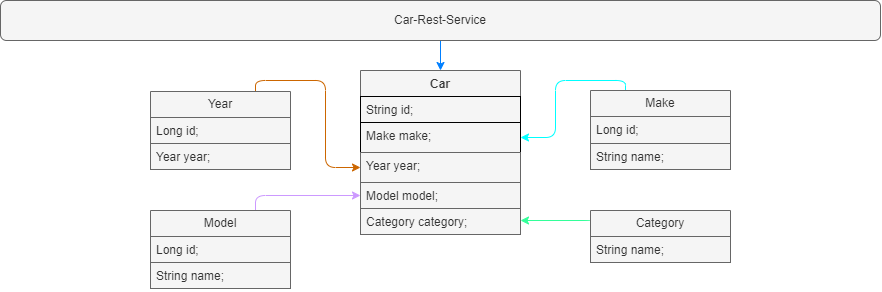
Volodymyr-Petrunin/Car-Rest-Service keeps this draw.io diagram as docs/car-rest-service.png. Above is the earlier version. Source tidied: cells renumbered, new cells last; positions are measured from the earlier drawing's top-left corner, leaving out a move shared by most shapes. Source of this version:
```xml
<mxGraphModel>
  <root>
    <mxCell id="0" />
    <mxCell id="1" parent="0" />
    <mxCell id="2" style="edgeStyle=orthogonalEdgeStyle;rounded=1;jettySize=auto;html=1;exitX=0.5;exitY=1;exitDx=0;exitDy=0;entryX=0.5;entryY=0;entryDx=0;entryDy=0;curved=0;strokeColor=#007FFF;" parent="1" edge="1" source="3" target="4">
      <mxGeometry relative="1" as="geometry" />
    </mxCell>
    <mxCell id="3" value="Car-Rest-Service" style="rounded=1;align=center;fillColor=#f5f5f5;strokeColor=#666666;html=1;whiteSpace=wrap;fontSize=12;fontColor=#333333;" parent="1" vertex="1">
      <mxGeometry width="880" height="40" as="geometry" />
    </mxCell>
    <mxCell id="4" value="Car" style="swimlane;fontStyle=1;align=center;verticalAlign=top;horizontal=1;startSize=26;whiteSpace=wrap;html=1;glass=0;shadow=0;rounded=0;swimlaneFillColor=default;fillColor=#f5f5f5;fontColor=#333333;strokeColor=#666666;" parent="1" vertex="1">
      <mxGeometry x="360" y="70" width="160" height="164" as="geometry" />
    </mxCell>
    <mxCell id="5" value="String id;" style="text;strokeColor=default;fillColor=#f5f5f5;align=left;verticalAlign=top;spacingLeft=4;spacingRight=4;overflow=hidden;whiteSpace=wrap;html=1;fontColor=#333333;" parent="4" vertex="1">
      <mxGeometry y="26" width="160" height="26" as="geometry" />
    </mxCell>
    <mxCell id="6" value="Make make;" style="text;strokeColor=default;fillColor=#f5f5f5;align=left;verticalAlign=top;spacingLeft=4;spacingRight=4;overflow=hidden;points=[[0,0.5],[1,0.5]];portConstraint=eastwest;whiteSpace=wrap;html=1;fontColor=#333333;" parent="4" vertex="1">
      <mxGeometry y="52" width="160" height="30" as="geometry" />
    </mxCell>
    <mxCell id="7" value="Year year;" style="text;strokeColor=#666666;fillColor=#f5f5f5;align=left;verticalAlign=top;spacingLeft=4;spacingRight=4;overflow=hidden;points=[[0,0.5],[1,0.5]];portConstraint=eastwest;whiteSpace=wrap;html=1;fontColor=#333333;" parent="4" vertex="1">
      <mxGeometry y="82" width="160" height="30" as="geometry" />
    </mxCell>
    <mxCell id="8" value="Model model;" style="text;strokeColor=#666666;fillColor=#f5f5f5;align=left;verticalAlign=top;spacingLeft=4;spacingRight=4;overflow=hidden;points=[[0,0.5],[1,0.5]];portConstraint=eastwest;whiteSpace=wrap;html=1;fontColor=#333333;" parent="4" vertex="1">
      <mxGeometry y="112" width="160" height="26" as="geometry" />
    </mxCell>
    <mxCell id="9" value="Category category;" style="text;strokeColor=#666666;fillColor=#f5f5f5;align=left;verticalAlign=top;spacingLeft=4;spacingRight=4;overflow=hidden;points=[[0,0.5],[1,0.5]];portConstraint=eastwest;whiteSpace=wrap;html=1;fontColor=#333333;" parent="4" vertex="1">
      <mxGeometry y="138" width="160" height="26" as="geometry" />
    </mxCell>
    <mxCell id="10" style="edgeStyle=orthogonalEdgeStyle;rounded=1;jettySize=auto;html=1;exitX=0.25;exitY=0;exitDx=0;exitDy=0;curved=0;strokeColor=#00FFFF;entryX=1;entryY=0.5;entryDx=0;entryDy=0;" parent="1" edge="1" source="11" target="6">
      <mxGeometry relative="1" as="geometry">
        <Array as="points">
          <mxPoint x="625" y="80" />
          <mxPoint x="555" y="80" />
          <mxPoint x="555" y="137" />
        </Array>
      </mxGeometry>
    </mxCell>
    <mxCell id="11" value="Make" style="swimlane;fontStyle=0;horizontal=1;startSize=26;fillColor=#f5f5f5;whiteSpace=wrap;html=1;swimlaneFillColor=default;fontColor=#333333;strokeColor=#666666;" parent="1" vertex="1">
      <mxGeometry x="590" y="90" width="140" height="79" as="geometry" />
    </mxCell>
    <mxCell id="12" value="Long id;" style="text;strokeColor=#666666;fillColor=#f5f5f5;align=left;verticalAlign=top;spacingLeft=4;spacingRight=4;overflow=hidden;whiteSpace=wrap;html=1;fontColor=#333333;" parent="11" vertex="1">
      <mxGeometry y="26" width="140" height="27" as="geometry" />
    </mxCell>
    <mxCell id="13" value="String name;" style="text;strokeColor=#666666;fillColor=#f5f5f5;align=left;verticalAlign=top;spacingLeft=4;spacingRight=4;overflow=hidden;whiteSpace=wrap;html=1;fontColor=#333333;" parent="11" vertex="1">
      <mxGeometry y="53" width="140" height="26" as="geometry" />
    </mxCell>
    <mxCell id="14" style="edgeStyle=orthogonalEdgeStyle;rounded=1;jettySize=auto;html=1;exitX=0.75;exitY=0;exitDx=0;exitDy=0;strokeColor=#CC6600;curved=0;entryX=0;entryY=0.5;entryDx=0;entryDy=0;" parent="1" edge="1" source="15" target="7">
      <mxGeometry relative="1" as="geometry">
        <Array as="points">
          <mxPoint x="255" y="80" />
          <mxPoint x="325" y="80" />
          <mxPoint x="325" y="167" />
        </Array>
      </mxGeometry>
    </mxCell>
    <mxCell id="15" value="Year" style="swimlane;fontStyle=0;horizontal=1;startSize=26;fillColor=#f5f5f5;whiteSpace=wrap;html=1;swimlaneFillColor=default;fontColor=#333333;strokeColor=#666666;" parent="1" vertex="1">
      <mxGeometry x="150" y="91" width="140" height="78" as="geometry" />
    </mxCell>
    <mxCell id="16" value="Long id;" style="text;strokeColor=#666666;fillColor=#f5f5f5;align=left;verticalAlign=top;spacingLeft=4;spacingRight=4;overflow=hidden;whiteSpace=wrap;html=1;fontColor=#333333;" parent="15" vertex="1">
      <mxGeometry y="26" width="140" height="26" as="geometry" />
    </mxCell>
    <mxCell id="17" value="Year year;" style="text;strokeColor=#666666;fillColor=#f5f5f5;align=left;verticalAlign=top;spacingLeft=4;spacingRight=4;overflow=hidden;whiteSpace=wrap;html=1;fontColor=#333333;" parent="15" vertex="1">
      <mxGeometry y="52" width="140" height="26" as="geometry" />
    </mxCell>
    <mxCell id="18" style="edgeStyle=orthogonalEdgeStyle;rounded=1;jettySize=auto;html=1;exitX=0.75;exitY=0;exitDx=0;exitDy=0;curved=0;strokeColor=#CC99FF;entryX=0;entryY=0.5;entryDx=0;entryDy=0;" parent="1" edge="1" source="19" target="8">
      <mxGeometry relative="1" as="geometry">
        <Array as="points">
          <mxPoint x="255" y="195" />
        </Array>
      </mxGeometry>
    </mxCell>
    <mxCell id="19" value="Model" style="swimlane;fontStyle=0;horizontal=1;startSize=26;fillColor=#f5f5f5;whiteSpace=wrap;html=1;swimlaneFillColor=default;fontColor=#333333;strokeColor=#666666;" parent="1" vertex="1">
      <mxGeometry x="150" y="210" width="140" height="78" as="geometry" />
    </mxCell>
    <mxCell id="20" value="Long id;" style="text;strokeColor=#666666;fillColor=#f5f5f5;align=left;verticalAlign=top;spacingLeft=4;spacingRight=4;overflow=hidden;whiteSpace=wrap;html=1;fontColor=#333333;" parent="19" vertex="1">
      <mxGeometry y="26" width="140" height="26" as="geometry" />
    </mxCell>
    <mxCell id="21" value="String name;" style="text;strokeColor=#666666;fillColor=#f5f5f5;align=left;verticalAlign=top;spacingLeft=4;spacingRight=4;overflow=hidden;whiteSpace=wrap;html=1;fontColor=#333333;" parent="19" vertex="1">
      <mxGeometry y="52" width="140" height="26" as="geometry" />
    </mxCell>
    <mxCell id="22" style="edgeStyle=orthogonalEdgeStyle;rounded=1;jettySize=auto;html=1;exitX=0.017;exitY=0.126;exitDx=0;exitDy=0;entryX=1;entryY=0.5;entryDx=0;entryDy=0;curved=0;strokeColor=#33FF99;exitPerimeter=0;" parent="1" edge="1" source="23" target="9">
      <mxGeometry relative="1" as="geometry">
        <Array as="points">
          <mxPoint x="591" y="220" />
          <mxPoint x="520" y="220" />
        </Array>
      </mxGeometry>
    </mxCell>
    <mxCell id="23" value="Category" style="swimlane;fontStyle=0;horizontal=1;startSize=26;fillColor=#f5f5f5;whiteSpace=wrap;html=1;swimlaneFillColor=default;fontColor=#333333;strokeColor=#666666;" parent="1" vertex="1">
      <mxGeometry x="590" y="210" width="140" height="52" as="geometry" />
    </mxCell>
    <mxCell id="24" value="String name;" style="text;strokeColor=#666666;fillColor=#f5f5f5;align=left;verticalAlign=top;spacingLeft=4;spacingRight=4;overflow=hidden;whiteSpace=wrap;html=1;fontColor=#333333;" parent="23" vertex="1">
      <mxGeometry y="26" width="140" height="26" as="geometry" />
    </mxCell>
  </root>
</mxGraphModel>
```
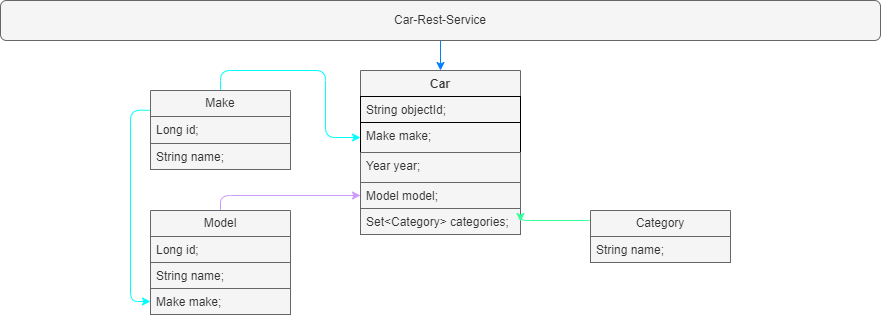
The same file after the commit.

The edit, as a diff of the source:
```diff
@@ -11,7 +11,7 @@
     <mxCell id="4" value="Car" style="swimlane;fontStyle=1;align=center;verticalAlign=top;horizontal=1;startSize=26;whiteSpace=wrap;html=1;glass=0;shadow=0;rounded=0;swimlaneFillColor=default;fillColor=#f5f5f5;fontColor=#333333;strokeColor=#666666;" parent="1" vertex="1">
       <mxGeometry x="360" y="70" width="160" height="164" as="geometry" />
     </mxCell>
-    <mxCell id="5" value="String id;" style="text;strokeColor=default;fillColor=#f5f5f5;align=left;verticalAlign=top;spacingLeft=4;spacingRight=4;overflow=hidden;whiteSpace=wrap;html=1;fontColor=#333333;" parent="4" vertex="1">
+    <mxCell id="5" value="String&amp;nbsp;objectId;" style="text;strokeColor=default;fillColor=#f5f5f5;align=left;verticalAlign=top;spacingLeft=4;spacingRight=4;overflow=hidden;whiteSpace=wrap;html=1;fontColor=#333333;" parent="4" vertex="1">
       <mxGeometry y="26" width="160" height="26" as="geometry" />
     </mxCell>
     <mxCell id="6" value="Make make;" style="text;strokeColor=default;fillColor=#f5f5f5;align=left;verticalAlign=top;spacingLeft=4;spacingRight=4;overflow=hidden;points=[[0,0.5],[1,0.5]];portConstraint=eastwest;whiteSpace=wrap;html=1;fontColor=#333333;" parent="4" vertex="1">
@@ -23,20 +23,22 @@
     <mxCell id="8" value="Model model;" style="text;strokeColor=#666666;fillColor=#f5f5f5;align=left;verticalAlign=top;spacingLeft=4;spacingRight=4;overflow=hidden;points=[[0,0.5],[1,0.5]];portConstraint=eastwest;whiteSpace=wrap;html=1;fontColor=#333333;" parent="4" vertex="1">
       <mxGeometry y="112" width="160" height="26" as="geometry" />
     </mxCell>
-    <mxCell id="9" value="Category category;" style="text;strokeColor=#666666;fillColor=#f5f5f5;align=left;verticalAlign=top;spacingLeft=4;spacingRight=4;overflow=hidden;points=[[0,0.5],[1,0.5]];portConstraint=eastwest;whiteSpace=wrap;html=1;fontColor=#333333;" parent="4" vertex="1">
+    <mxCell id="9" value="Set&amp;lt;Category&amp;gt; categories;" style="text;strokeColor=#666666;fillColor=#f5f5f5;align=left;verticalAlign=top;spacingLeft=4;spacingRight=4;overflow=hidden;points=[[0,0.5],[1,0.5]];portConstraint=eastwest;whiteSpace=wrap;html=1;fontColor=#333333;" parent="4" vertex="1">
       <mxGeometry y="138" width="160" height="26" as="geometry" />
     </mxCell>
-    <mxCell id="10" style="edgeStyle=orthogonalEdgeStyle;rounded=1;jettySize=auto;html=1;exitX=0.25;exitY=0;exitDx=0;exitDy=0;curved=0;strokeColor=#00FFFF;entryX=1;entryY=0.5;entryDx=0;entryDy=0;" parent="1" edge="1" source="11" target="6">
-      <mxGeometry relative="1" as="geometry">
-        <Array as="points">
-          <mxPoint x="625" y="80" />
-          <mxPoint x="555" y="80" />
-          <mxPoint x="555" y="137" />
-        </Array>
-      </mxGeometry>
+    <mxCell id="10" style="edgeStyle=orthogonalEdgeStyle;rounded=1;jettySize=auto;html=1;exitX=0.5;exitY=0;exitDx=0;exitDy=0;entryX=0;entryY=0.5;entryDx=0;entryDy=0;curved=0;strokeColor=#00FFFF;" parent="1" edge="1" source="11" target="6">
+      <mxGeometry relative="1" as="geometry" />
     </mxCell>
+    <mxCell id="25" style="edgeStyle=orthogonalEdgeStyle;rounded=1;jettySize=auto;html=1;entryX=0;entryY=0.5;entryDx=0;entryDy=0;curved=0;strokeColor=#00FFFF;exitX=0;exitY=0.25;exitDx=0;exitDy=0;" parent="1" edge="1" source="11" target="26">
+      <mxGeometry relative="1" as="geometry">
+        <Array as="points">
+          <mxPoint x="130" y="110" />
+          <mxPoint x="130" y="301" />
+        </Array>
+      </mxGeometry>
+    </mxCell>
     <mxCell id="11" value="Make" style="swimlane;fontStyle=0;horizontal=1;startSize=26;fillColor=#f5f5f5;whiteSpace=wrap;html=1;swimlaneFillColor=default;fontColor=#333333;strokeColor=#666666;" parent="1" vertex="1">
-      <mxGeometry x="590" y="90" width="140" height="79" as="geometry" />
+      <mxGeometry x="150" y="90" width="140" height="79" as="geometry" />
     </mxCell>
     <mxCell id="12" value="Long id;" style="text;strokeColor=#666666;fillColor=#f5f5f5;align=left;verticalAlign=top;spacingLeft=4;spacingRight=4;overflow=hidden;whiteSpace=wrap;html=1;fontColor=#333333;" parent="11" vertex="1">
       <mxGeometry y="26" width="140" height="27" as="geometry" />
@@ -44,33 +46,15 @@
     <mxCell id="13" value="String name;" style="text;strokeColor=#666666;fillColor=#f5f5f5;align=left;verticalAlign=top;spacingLeft=4;spacingRight=4;overflow=hidden;whiteSpace=wrap;html=1;fontColor=#333333;" parent="11" vertex="1">
       <mxGeometry y="53" width="140" height="26" as="geometry" />
     </mxCell>
-    <mxCell id="14" style="edgeStyle=orthogonalEdgeStyle;rounded=1;jettySize=auto;html=1;exitX=0.75;exitY=0;exitDx=0;exitDy=0;strokeColor=#CC6600;curved=0;entryX=0;entryY=0.5;entryDx=0;entryDy=0;" parent="1" edge="1" source="15" target="7">
-      <mxGeometry relative="1" as="geometry">
-        <Array as="points">
-          <mxPoint x="255" y="80" />
-          <mxPoint x="325" y="80" />
-          <mxPoint x="325" y="167" />
-        </Array>
-      </mxGeometry>
-    </mxCell>
-    <mxCell id="15" value="Year" style="swimlane;fontStyle=0;horizontal=1;startSize=26;fillColor=#f5f5f5;whiteSpace=wrap;html=1;swimlaneFillColor=default;fontColor=#333333;strokeColor=#666666;" parent="1" vertex="1">
-      <mxGeometry x="150" y="91" width="140" height="78" as="geometry" />
-    </mxCell>
-    <mxCell id="16" value="Long id;" style="text;strokeColor=#666666;fillColor=#f5f5f5;align=left;verticalAlign=top;spacingLeft=4;spacingRight=4;overflow=hidden;whiteSpace=wrap;html=1;fontColor=#333333;" parent="15" vertex="1">
-      <mxGeometry y="26" width="140" height="26" as="geometry" />
-    </mxCell>
-    <mxCell id="17" value="Year year;" style="text;strokeColor=#666666;fillColor=#f5f5f5;align=left;verticalAlign=top;spacingLeft=4;spacingRight=4;overflow=hidden;whiteSpace=wrap;html=1;fontColor=#333333;" parent="15" vertex="1">
-      <mxGeometry y="52" width="140" height="26" as="geometry" />
-    </mxCell>
-    <mxCell id="18" style="edgeStyle=orthogonalEdgeStyle;rounded=1;jettySize=auto;html=1;exitX=0.75;exitY=0;exitDx=0;exitDy=0;curved=0;strokeColor=#CC99FF;entryX=0;entryY=0.5;entryDx=0;entryDy=0;" parent="1" edge="1" source="19" target="8">
+    <mxCell id="18" style="edgeStyle=orthogonalEdgeStyle;rounded=1;jettySize=auto;html=1;exitX=0.5;exitY=0;exitDx=0;exitDy=0;curved=0;strokeColor=#CC99FF;entryX=0;entryY=0.5;entryDx=0;entryDy=0;" parent="1" edge="1" source="19" target="8">
       <mxGeometry relative="1" as="geometry">
         <Array as="points">
-          <mxPoint x="255" y="195" />
+          <mxPoint x="220" y="195" />
         </Array>
       </mxGeometry>
     </mxCell>
     <mxCell id="19" value="Model" style="swimlane;fontStyle=0;horizontal=1;startSize=26;fillColor=#f5f5f5;whiteSpace=wrap;html=1;swimlaneFillColor=default;fontColor=#333333;strokeColor=#666666;" parent="1" vertex="1">
-      <mxGeometry x="150" y="210" width="140" height="78" as="geometry" />
+      <mxGeometry x="150" y="210" width="140" height="104" as="geometry" />
     </mxCell>
     <mxCell id="20" value="Long id;" style="text;strokeColor=#666666;fillColor=#f5f5f5;align=left;verticalAlign=top;spacingLeft=4;spacingRight=4;overflow=hidden;whiteSpace=wrap;html=1;fontColor=#333333;" parent="19" vertex="1">
       <mxGeometry y="26" width="140" height="26" as="geometry" />
@@ -78,6 +62,9 @@
     <mxCell id="21" value="String name;" style="text;strokeColor=#666666;fillColor=#f5f5f5;align=left;verticalAlign=top;spacingLeft=4;spacingRight=4;overflow=hidden;whiteSpace=wrap;html=1;fontColor=#333333;" parent="19" vertex="1">
       <mxGeometry y="52" width="140" height="26" as="geometry" />
     </mxCell>
+    <mxCell id="26" value="Make make;" style="text;strokeColor=#666666;fillColor=#f5f5f5;align=left;verticalAlign=top;spacingLeft=4;spacingRight=4;overflow=hidden;points=[[0,0.5],[1,0.5]];portConstraint=eastwest;whiteSpace=wrap;html=1;fontColor=#333333;" parent="19" vertex="1">
+      <mxGeometry y="78" width="140" height="26" as="geometry" />
+    </mxCell>
     <mxCell id="22" style="edgeStyle=orthogonalEdgeStyle;rounded=1;jettySize=auto;html=1;exitX=0.017;exitY=0.126;exitDx=0;exitDy=0;entryX=1;entryY=0.5;entryDx=0;entryDy=0;curved=0;strokeColor=#33FF99;exitPerimeter=0;" parent="1" edge="1" source="23" target="9">
       <mxGeometry relative="1" as="geometry">
         <Array as="points">
```
